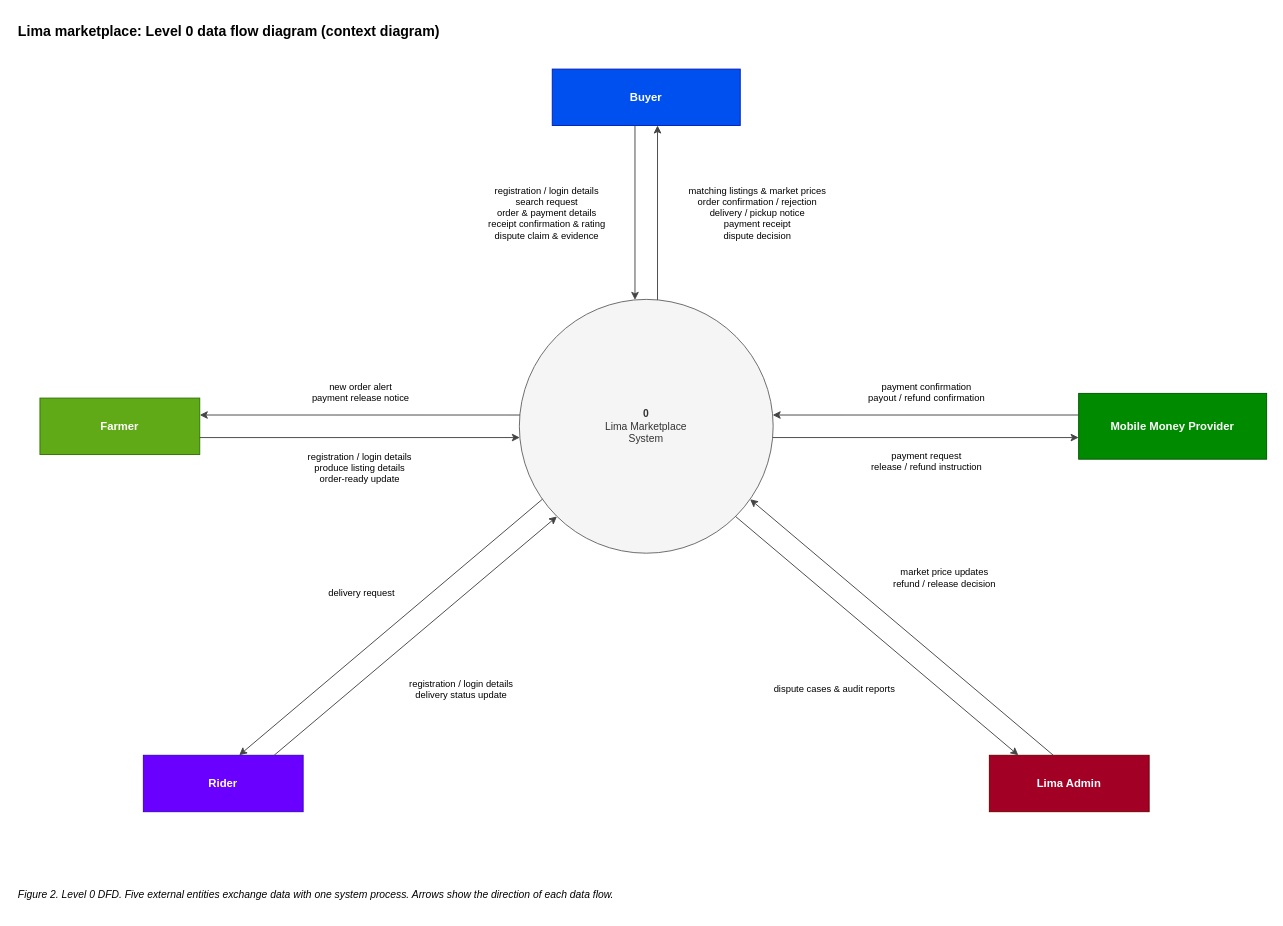
The draw.io diagram page "DFD Level 0 - Context" (4 of 7) of docs/LIMA_DESIGNS.drawio in RonnieG16/Lima-app, before the edit. Source tidied: cells renumbered, new cells numbered last; positions are measured from the earlier drawing's top-left corner, leaving out a move shared by most shapes. Both pictures are drawn from the tidied source at 94%, with x=0, y=0 at pixel (16, 16).
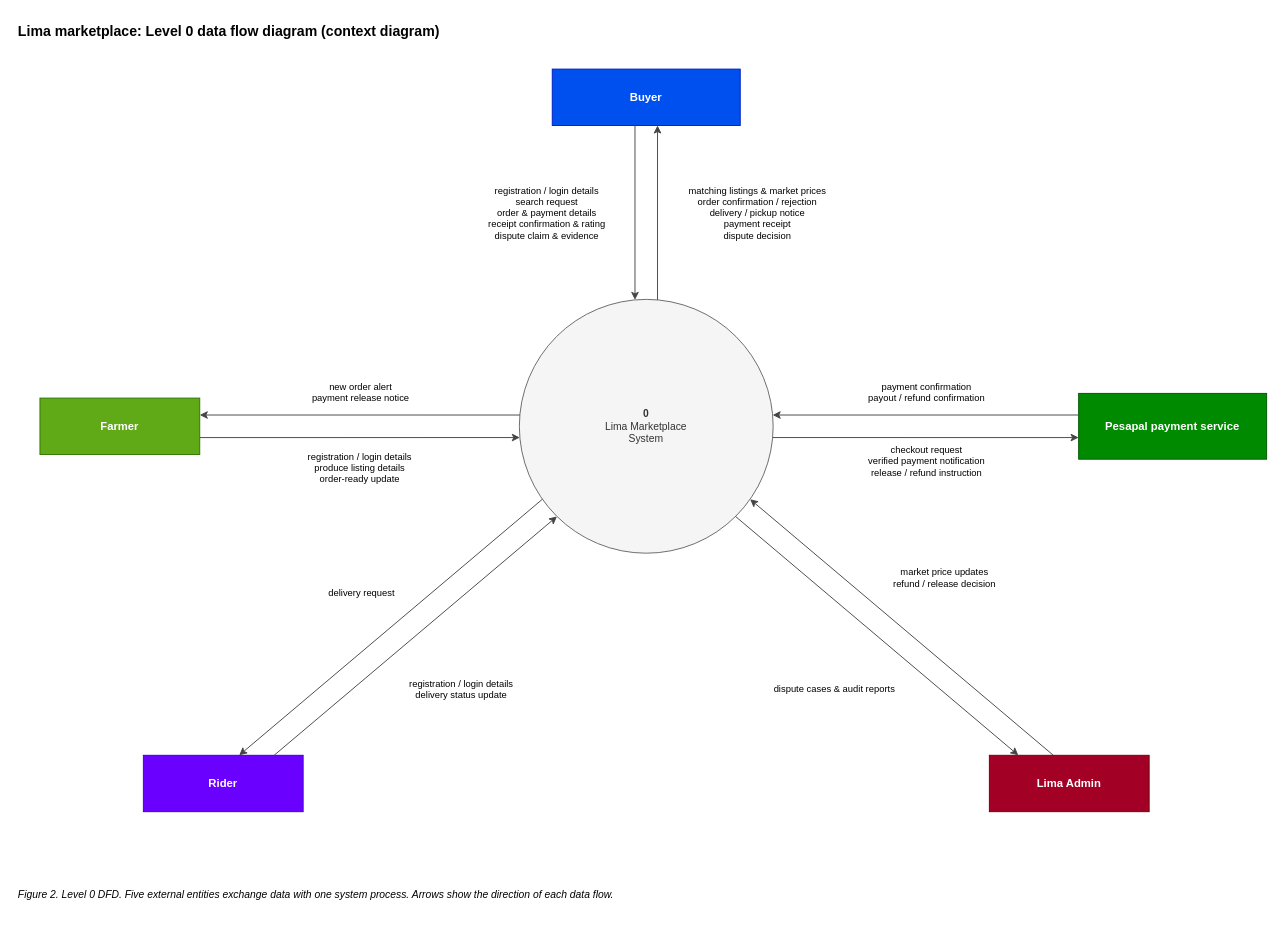
The same page after the edit.

Unchanged cells that the change refers to:
```xml
<mxCell id="27" style="endArrow=classic;endFill=1;html=1;rounded=0;strokeColor=#444444;exitX=0.9980;exitY=0.5444;exitDx=0;exitDy=0;exitPerimeter=0;entryX=0.0000;entryY=0.6714;entryDx=0;entryDy=0;entryPerimeter=0;" parent="1" edge="1" source="3" target="8">
  <mxGeometry relative="1" as="geometry" />
</mxCell>
```

Diff of the diagram source:
```diff
@@
-    <mxCell id="8" value="Mobile Money Provider" style="rounded=0;whiteSpace=wrap;html=1;fillColor=#008a00;strokeColor=#005700;fontStyle=1;fontSize=12;fontColor=#ffffff;" parent="1" vertex="1">
+    <mxCell id="8" value="Pesapal payment service" style="rounded=0;whiteSpace=wrap;html=1;fillColor=#008a00;strokeColor=#005700;fontStyle=1;fontSize=12;fontColor=#ffffff;" parent="1" vertex="1">
       <mxGeometry x="1130" y="401" width="200" height="70" as="geometry" />
     </mxCell>
@@
-    <mxCell id="28" value="payment request&lt;br&gt;release / refund instruction" style="edgeLabel;html=1;align=center;verticalAlign=middle;fontSize=10;labelBackgroundColor=#ffffff;" parent="27" vertex="1">
+    <mxCell id="28" value="checkout request&lt;br&gt;verified payment notification&lt;br&gt;release / refund instruction" style="edgeLabel;html=1;align=center;verticalAlign=middle;fontSize=10;labelBackgroundColor=#ffffff;" parent="27" vertex="1">
       <mxGeometry relative="1" as="geometry">
         <mxPoint y="25" as="offset" />
       </mxGeometry>
     </mxCell>
```
